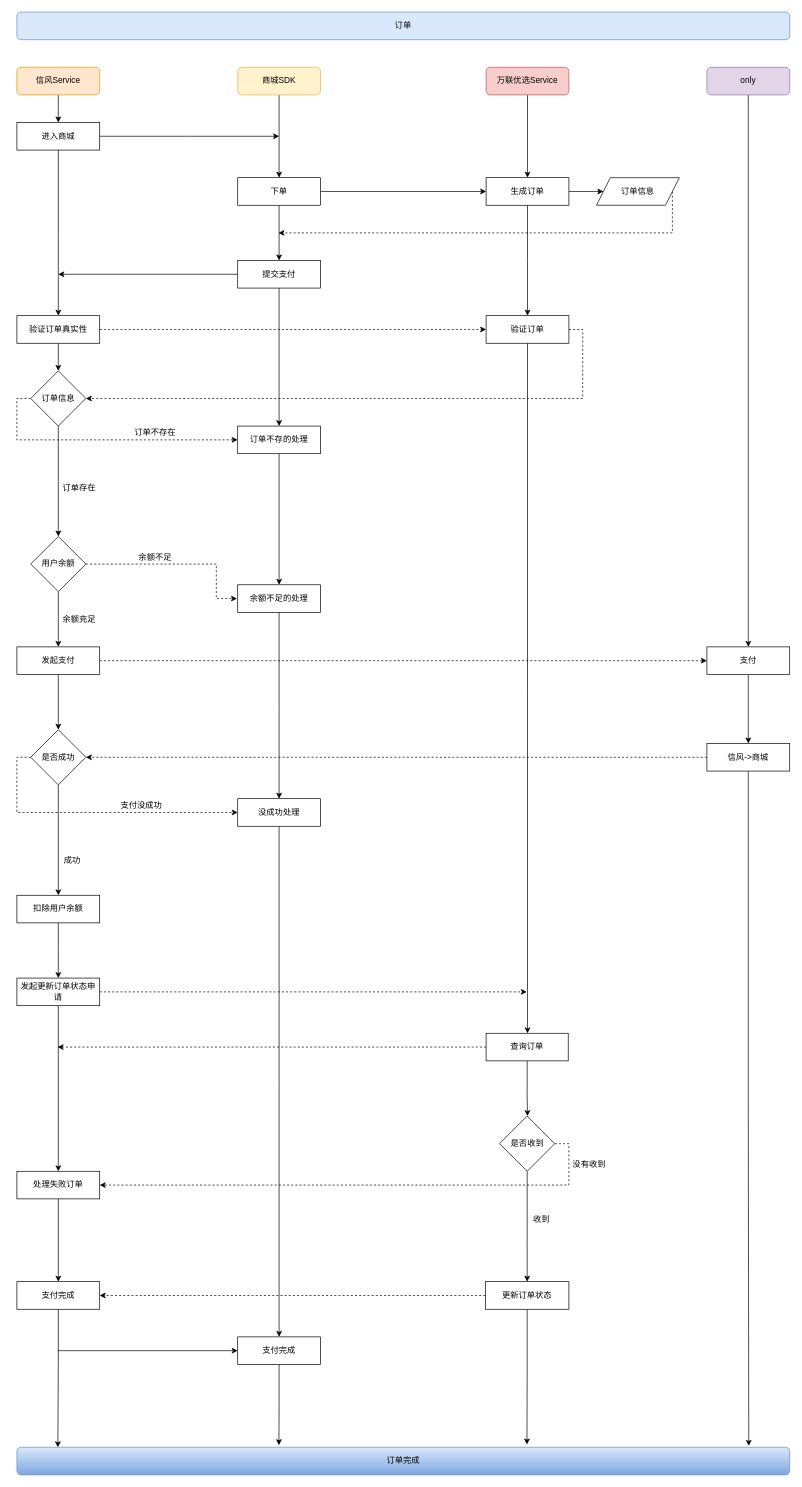
cjade/flow keeps this draw.io diagram as page "订单支付" (1 of 2) of drawio/信风-商城-only.drawio. Above is the earlier version. Source tidied: cells renumbered, new cells numbered last; positions are measured from the earlier drawing's top-left corner, leaving out a move shared by most shapes. Both pictures are drawn from the tidied source at 69%, with x=0, y=0 at pixel (17, 12).
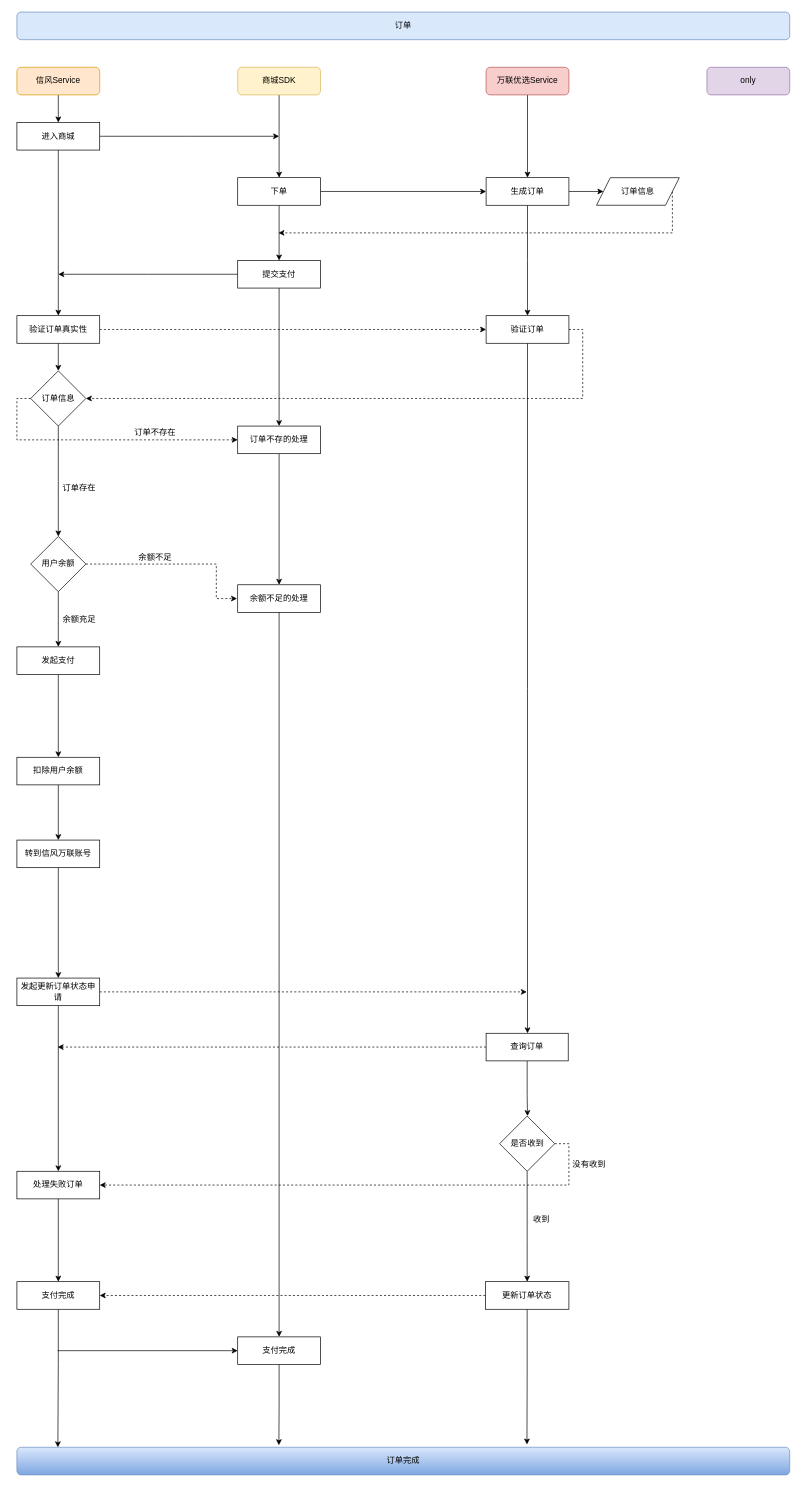
The same page after the edit.

Unchanged cells that the change refers to:
```xml
<mxCell id="10" value="only" style="rounded=1;whiteSpace=wrap;html=1;fillColor=#e1d5e7;strokeColor=#9673a6;" parent="1" vertex="1">
  <mxGeometry x="1000" y="80" width="120" height="40" as="geometry" />
</mxCell>
<mxCell id="45" value="余额不足的处理" style="rounded=0;whiteSpace=wrap;html=1;" parent="1" vertex="1">
  <mxGeometry x="320" y="830" width="120" height="40" as="geometry" />
</mxCell>
<mxCell id="49" value="发起支付" style="rounded=0;whiteSpace=wrap;html=1;" parent="1" vertex="1">
  <mxGeometry y="920" width="120" height="40" as="geometry" />
</mxCell>
<mxCell id="66" value="发起更新订单状态申请" style="rounded=0;whiteSpace=wrap;html=1;" parent="1" vertex="1">
  <mxGeometry y="1400" width="120" height="40" as="geometry" />
</mxCell>
<mxCell id="67" value="订单完成" style="rounded=1;whiteSpace=wrap;html=1;fontSize=12;glass=0;strokeWidth=1;shadow=0;fillColor=#dae8fc;strokeColor=#6c8ebf;gradientColor=#7ea6e0;" parent="1" vertex="1">
  <mxGeometry y="2080" width="1120" height="40" as="geometry" />
</mxCell>
```

The edit, as a diff of the source:
```diff
@@
-    <mxCell id="9" style="edgeStyle=orthogonalEdgeStyle;rounded=0;jettySize=auto;html=1;exitX=0.5;exitY=1;exitDx=0;exitDy=0;strokeColor=#000000;" parent="1" edge="1" source="10">
-      <mxGeometry relative="1" as="geometry">
-        <mxPoint x="1060" y="920" as="targetPoint" />
-      </mxGeometry>
-    </mxCell>
@@
-    <mxCell id="44" style="edgeStyle=orthogonalEdgeStyle;rounded=0;jettySize=auto;html=1;exitX=0.5;exitY=1;exitDx=0;exitDy=0;strokeColor=#000000;" parent="1" edge="1" source="45">
-      <mxGeometry relative="1" as="geometry">
-        <mxPoint x="380" y="1140" as="targetPoint" />
-      </mxGeometry>
-    </mxCell>
@@
-    <mxCell id="47" style="edgeStyle=orthogonalEdgeStyle;rounded=0;jettySize=auto;html=1;exitX=1;exitY=0.5;exitDx=0;exitDy=0;entryX=0;entryY=0.5;entryDx=0;entryDy=0;strokeColor=#000000;dashed=1;" parent="1" edge="1" source="49" target="51">
-      <mxGeometry relative="1" as="geometry" />
-    </mxCell>
-    <mxCell id="48" style="edgeStyle=orthogonalEdgeStyle;rounded=0;jettySize=auto;html=1;exitX=0.5;exitY=1;exitDx=0;exitDy=0;strokeColor=#000000;" parent="1" edge="1" source="49">
-      <mxGeometry relative="1" as="geometry">
-        <mxPoint x="60" y="1040" as="targetPoint" />
-      </mxGeometry>
-    </mxCell>
+    <mxCell id="86" style="edgeStyle=orthogonalEdgeStyle;rounded=0;jettySize=auto;html=1;exitX=0.5;exitY=1;exitDx=0;exitDy=0;" parent="1" edge="1" source="49" target="63">
+      <mxGeometry relative="1" as="geometry" />
+    </mxCell>
@@
-    <mxCell id="50" style="edgeStyle=orthogonalEdgeStyle;rounded=0;jettySize=auto;html=1;exitX=0.5;exitY=1;exitDx=0;exitDy=0;strokeColor=#000000;entryX=0.5;entryY=0;entryDx=0;entryDy=0;" parent="1" edge="1" source="51" target="54">
-      <mxGeometry relative="1" as="geometry" />
-    </mxCell>
-    <mxCell id="51" value="支付" style="whiteSpace=wrap;html=1;" parent="1" vertex="1">
-      <mxGeometry x="1000" y="920" width="120" height="40" as="geometry" />
-    </mxCell>
-    <mxCell id="52" style="edgeStyle=orthogonalEdgeStyle;rounded=0;jettySize=auto;html=1;exitX=0;exitY=0.5;exitDx=0;exitDy=0;entryX=1;entryY=0.5;entryDx=0;entryDy=0;strokeColor=#000000;dashed=1;" parent="1" edge="1" source="54" target="57">
-      <mxGeometry relative="1" as="geometry" />
-    </mxCell>
-    <mxCell id="53" style="edgeStyle=orthogonalEdgeStyle;rounded=0;jettySize=auto;html=1;exitX=0.5;exitY=1;exitDx=0;exitDy=0;strokeColor=#000000;entryX=0.947;entryY=-0.05;entryDx=0;entryDy=0;entryPerimeter=0;" parent="1" edge="1" source="54" target="67">
-      <mxGeometry relative="1" as="geometry" />
-    </mxCell>
-    <mxCell id="54" value="信风-&amp;gt;商城" style="whiteSpace=wrap;html=1;" parent="1" vertex="1">
-      <mxGeometry x="1000" y="1060" width="120" height="40" as="geometry" />
-    </mxCell>
-    <mxCell id="55" style="edgeStyle=orthogonalEdgeStyle;rounded=0;jettySize=auto;html=1;exitX=0.5;exitY=1;exitDx=0;exitDy=0;strokeColor=#000000;" parent="1" edge="1" source="57">
-      <mxGeometry relative="1" as="geometry">
-        <mxPoint x="60" y="1280" as="targetPoint" />
-      </mxGeometry>
-    </mxCell>
-    <mxCell id="56" style="edgeStyle=orthogonalEdgeStyle;rounded=0;jettySize=auto;html=1;exitX=0;exitY=0.5;exitDx=0;exitDy=0;entryX=0;entryY=0.5;entryDx=0;entryDy=0;dashed=1;strokeColor=#000000;" parent="1" edge="1" source="57" target="59">
-      <mxGeometry relative="1" as="geometry" />
-    </mxCell>
-    <mxCell id="57" value="是否成功" style="rhombus;whiteSpace=wrap;html=1;" parent="1" vertex="1">
-      <mxGeometry x="20" y="1040" width="80" height="80" as="geometry" />
-    </mxCell>
-    <mxCell id="58" style="edgeStyle=orthogonalEdgeStyle;rounded=0;jettySize=auto;html=1;exitX=0.5;exitY=1;exitDx=0;exitDy=0;strokeColor=#000000;" parent="1" edge="1" source="59">
+    <mxCell id="58" style="edgeStyle=orthogonalEdgeStyle;rounded=0;jettySize=auto;html=1;exitX=0.5;exitY=1;exitDx=0;exitDy=0;strokeColor=#000000;" parent="1" edge="1" source="45">
       <mxGeometry relative="1" as="geometry">
         <mxPoint x="380" y="1920" as="targetPoint" />
       </mxGeometry>
     </mxCell>
-    <mxCell id="59" value="没成功处理" style="whiteSpace=wrap;html=1;" parent="1" vertex="1">
-      <mxGeometry x="320" y="1140" width="120" height="40" as="geometry" />
-    </mxCell>
-    <mxCell id="60" value="支付没成功" style="text;html=1;align=center;verticalAlign=middle;" parent="1" vertex="1">
-      <mxGeometry x="140" y="1140" width="80" height="20" as="geometry" />
-    </mxCell>
-    <mxCell id="61" value="成功" style="text;html=1;align=center;verticalAlign=middle;" parent="1" vertex="1">
-      <mxGeometry x="60" y="1220" width="40" height="20" as="geometry" />
-    </mxCell>
-    <mxCell id="62" style="edgeStyle=orthogonalEdgeStyle;rounded=0;jettySize=auto;html=1;exitX=0.5;exitY=1;exitDx=0;exitDy=0;strokeColor=#000000;" parent="1" edge="1" source="63">
-      <mxGeometry relative="1" as="geometry">
-        <mxPoint x="60" y="1400" as="targetPoint" />
-      </mxGeometry>
-    </mxCell>
+    <mxCell id="87" style="edgeStyle=orthogonalEdgeStyle;rounded=0;jettySize=auto;html=1;exitX=0.5;exitY=1;exitDx=0;exitDy=0;entryX=0.5;entryY=0;entryDx=0;entryDy=0;" parent="1" edge="1" source="63" target="89">
+      <mxGeometry relative="1" as="geometry" />
+    </mxCell>
     <mxCell id="63" value="扣除用户余额" style="rounded=0;whiteSpace=wrap;html=1;" parent="1" vertex="1">
-      <mxGeometry y="1280" width="120" height="40" as="geometry" />
+      <mxGeometry y="1080" width="120" height="40" as="geometry" />
     </mxCell>
@@
+    <mxCell id="88" style="edgeStyle=orthogonalEdgeStyle;rounded=0;jettySize=auto;html=1;exitX=0.5;exitY=1;exitDx=0;exitDy=0;" parent="1" edge="1" source="89" target="66">
+      <mxGeometry relative="1" as="geometry" />
+    </mxCell>
+    <mxCell id="89" value="转到信风万联账号" style="whiteSpace=wrap;html=1;" parent="1" vertex="1">
+      <mxGeometry y="1200" width="120" height="40" as="geometry" />
+    </mxCell>
```
